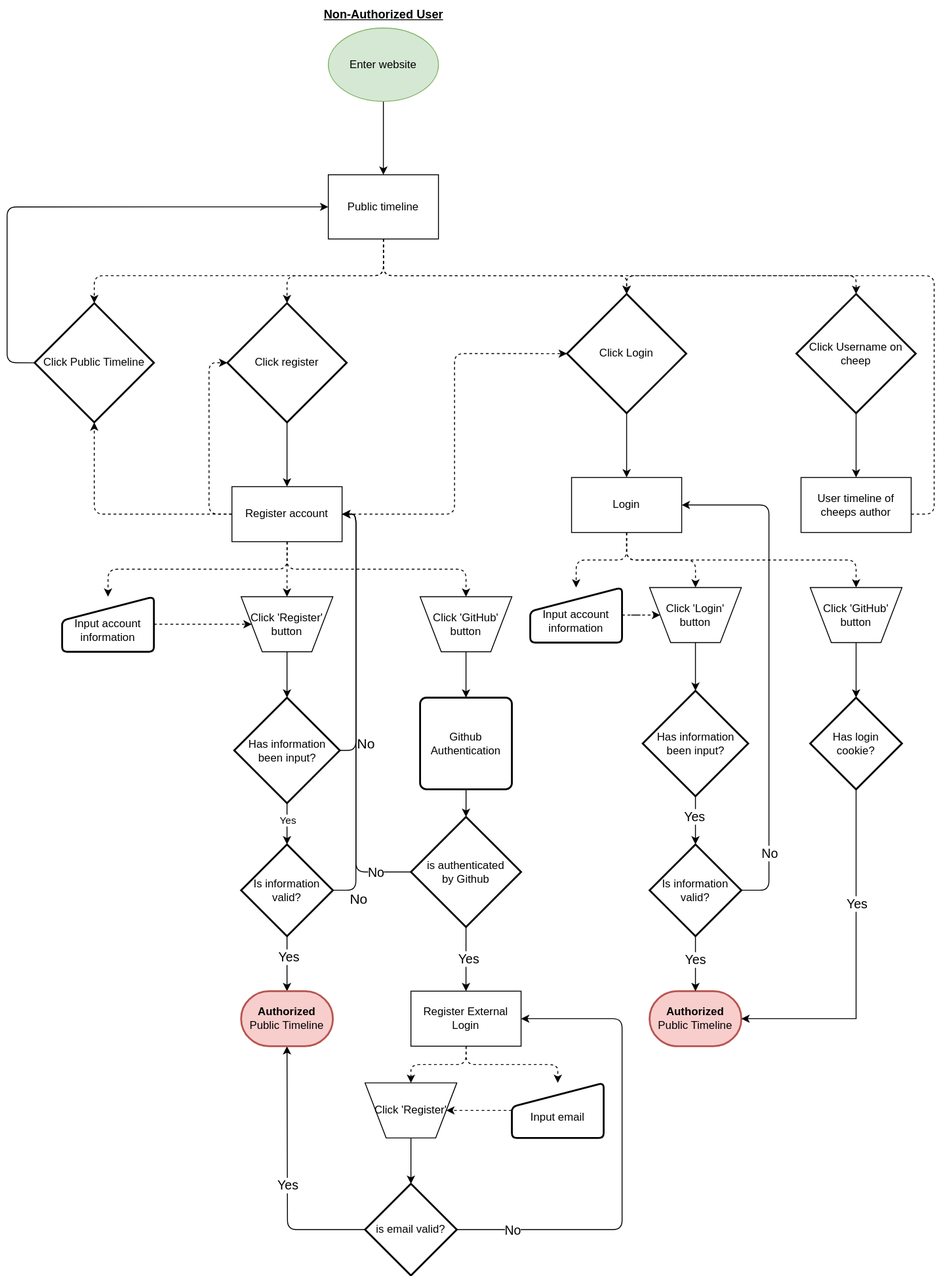
Earlier version of the draw.io export docs/diagrams/Non-Auth User journey.drawio.svg (ITU-BDSA-GROUP-20/Chirp). Source tidied: cells renumbered, new cells last; positions are measured from the earlier drawing's top-left corner, leaving out a move shared by most shapes.
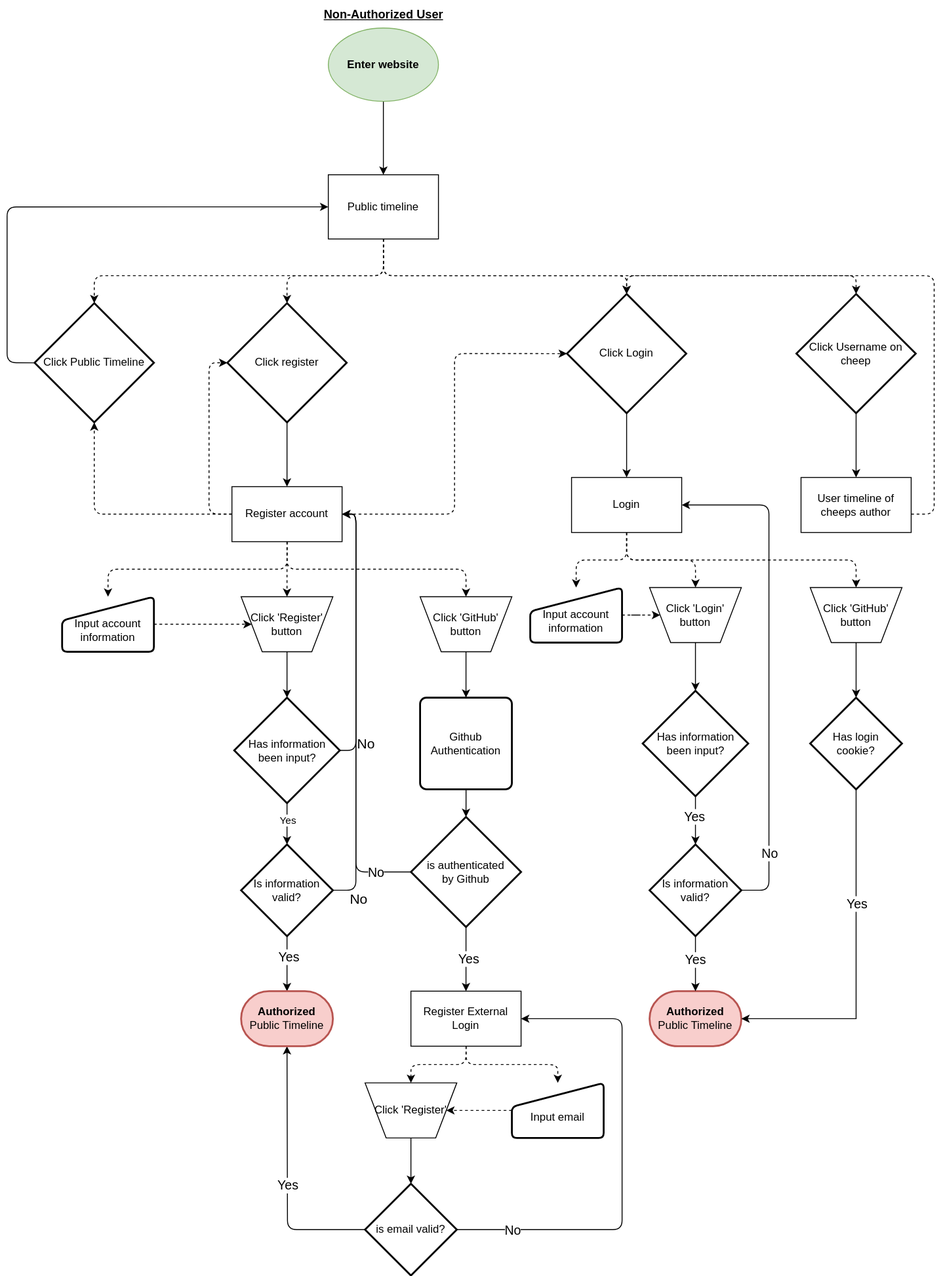
Above is the later version.

What changed in the source:
```diff
@@ -11,7 +11,7 @@
     <mxCell id="3" style="edgeStyle=orthogonalEdgeStyle;rounded=0;jettySize=auto;html=1;exitX=0.5;exitY=1;exitDx=0;exitDy=0;entryX=0.5;entryY=0;entryDx=0;entryDy=0;" parent="1" edge="1" source="4" target="7">
       <mxGeometry relative="1" as="geometry" />
     </mxCell>
-    <mxCell id="4" value="Enter website" style="ellipse;whiteSpace=wrap;html=1;fillColor=#d5e8d4;strokeColor=#82b366;" parent="1" vertex="1">
+    <mxCell id="4" value="&lt;b&gt;Enter website&lt;/b&gt;" style="ellipse;whiteSpace=wrap;html=1;fillColor=#d5e8d4;strokeColor=#82b366;" parent="1" vertex="1">
       <mxGeometry x="350" y="30" width="120" height="80" as="geometry" />
     </mxCell>
     <mxCell id="5" style="edgeStyle=orthogonalEdgeStyle;rounded=1;jettySize=auto;html=1;exitX=0.5;exitY=1;exitDx=0;exitDy=0;dashed=1;entryX=0.5;entryY=0;entryDx=0;entryDy=0;entryPerimeter=0;" parent="1" edge="1" source="7" target="10">
```
